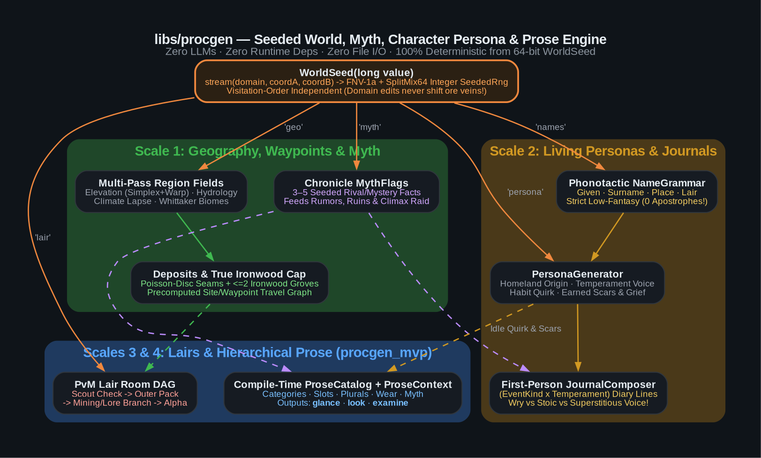
Above: planning/ironwood_wilds_planning/diagrams/05-procgen-pipeline.png in Lord-Windy/KotharWorks (Graphviz), before the change. Its source is kept beside it as planning/ironwood_wilds_planning/diagrams/05-procgen-pipeline.dot.
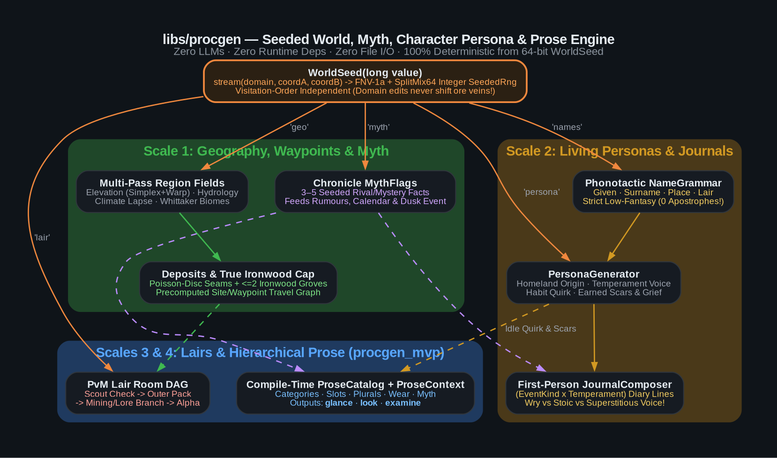
Later version of the same file.

Diff of the diagram source:
```diff
@@ -48,7 +48,7 @@
 
         fields [label=<<b>Multi-Pass Region Fields</b><br/><font point-size="9" color="#9ca3af">Elevation (Simplex+Warp) · Hydrology<br/>Climate Lapse · Whittaker Biomes</font>>];
         ecology [label=<<b>Deposits &amp; True Ironwood Cap</b><br/><font point-size="9" color="#7ee787">Poisson-Disc Seams + &lt;=2 Ironwood Groves<br/>Precomputed Site/Waypoint Travel Graph</font>>];
-        myth [label=<<b>Chronicle MythFlags</b><br/><font point-size="9" color="#d2a8ff">3–5 Seeded Rival/Mystery Facts<br/>Feeds Rumors, Ruins &amp; Climax Raid</font>>];
+        myth [label=<<b>Chronicle MythFlags</b><br/><font point-size="9" color="#d2a8ff">3–5 Seeded Rival/Mystery Facts<br/>Feeds Rumours, Calendar &amp; Dusk Event</font>>];
     }
 
     subgraph cluster_people {
```
